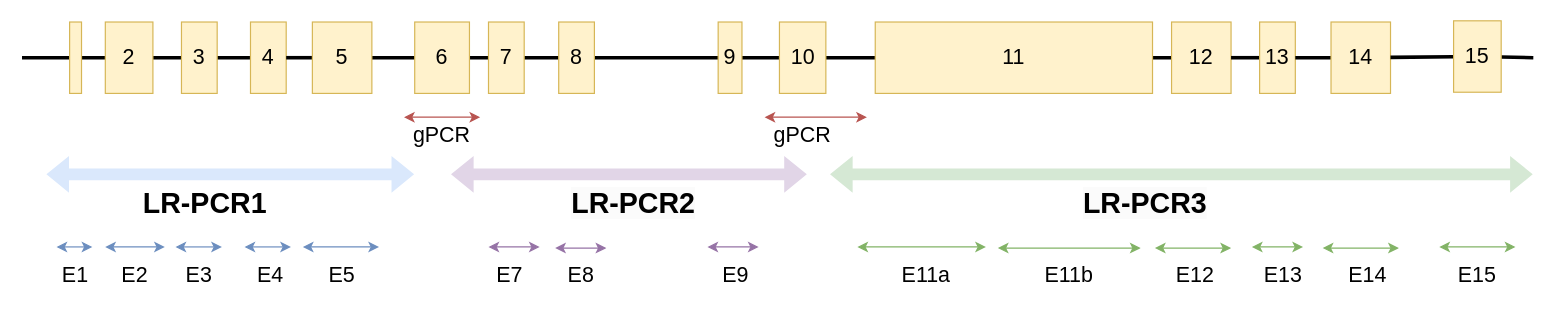
The draw.io diagram WF/Diagrama sense títol.drawio in emunte/PMS2_vaR, before the edit. Source tidied: cells renumbered, new cells numbered last; positions are measured from the earlier drawing's top-left corner, leaving out a move shared by most shapes. Both pictures are drawn from the tidied source at 119%, with x=0, y=0 at pixel (21, 20).
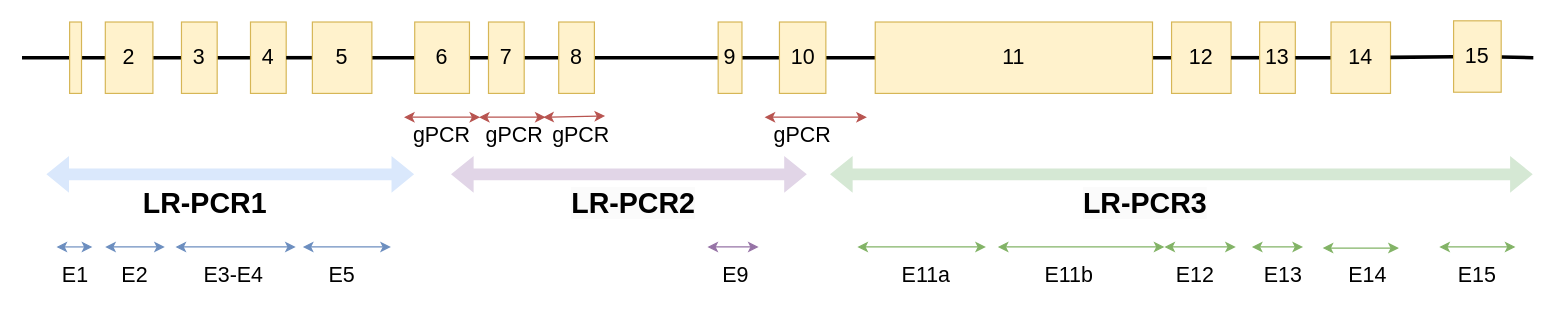
The same diagram, later.

The edit, as a diff of the source:
```diff
@@
     <mxCell id="35" style="endArrow=classic;startArrow=classic;html=1;rounded=0;fillColor=#dae8fc;strokeColor=#6c8ebf;" parent="1" edge="1">
       <mxGeometry relative="1" as="geometry">
         <mxPoint x="129" y="190" as="sourcePoint" />
-        <mxPoint x="168" y="190" as="targetPoint" />
+        <mxPoint x="230" y="190" as="targetPoint" />
       </mxGeometry>
     </mxCell>
-    <mxCell id="36" style="endArrow=classic;startArrow=classic;html=1;rounded=0;fillColor=#dae8fc;strokeColor=#6c8ebf;" parent="1" edge="1">
-      <mxGeometry relative="1" as="geometry">
-        <mxPoint x="187" y="190" as="sourcePoint" />
-        <mxPoint x="226" y="190" as="targetPoint" />
-      </mxGeometry>
-    </mxCell>
     <mxCell id="37" style="endArrow=classic;startArrow=classic;html=1;rounded=0;fillColor=#dae8fc;strokeColor=#6c8ebf;" parent="1" edge="1">
       <mxGeometry relative="1" as="geometry">
         <mxPoint x="236" y="190" as="sourcePoint" />
-        <mxPoint x="300" y="190" as="targetPoint" />
+        <mxPoint x="310" y="190" as="targetPoint" />
       </mxGeometry>
     </mxCell>
-    <mxCell id="38" style="endArrow=classic;startArrow=classic;html=1;rounded=0;fillColor=#e1d5e7;strokeColor=#9673a6;" parent="1" edge="1">
-      <mxGeometry relative="1" as="geometry">
-        <mxPoint x="392" y="190" as="sourcePoint" />
-        <mxPoint x="435" y="190" as="targetPoint" />
-      </mxGeometry>
-    </mxCell>
-    <mxCell id="39" style="endArrow=classic;startArrow=classic;html=1;rounded=0;fillColor=#e1d5e7;strokeColor=#9673a6;" parent="1" edge="1">
-      <mxGeometry relative="1" as="geometry">
-        <mxPoint x="448" y="191" as="sourcePoint" />
-        <mxPoint x="491" y="191" as="targetPoint" />
-      </mxGeometry>
-    </mxCell>
@@
     <mxCell id="42" style="endArrow=classic;startArrow=classic;html=1;rounded=0;fillColor=#d5e8d4;strokeColor=#82b366;" parent="1" edge="1">
       <mxGeometry relative="1" as="geometry">
-        <mxPoint x="820" y="191" as="sourcePoint" />
-        <mxPoint x="940" y="191" as="targetPoint" />
+        <mxPoint x="820" y="190" as="sourcePoint" />
+        <mxPoint x="960" y="190" as="targetPoint" />
       </mxGeometry>
     </mxCell>
     <mxCell id="43" style="endArrow=classic;startArrow=classic;html=1;rounded=0;fillColor=#d5e8d4;strokeColor=#82b366;" parent="1" edge="1">
       <mxGeometry relative="1" as="geometry">
-        <mxPoint x="952" y="191" as="sourcePoint" />
-        <mxPoint x="1016" y="191" as="targetPoint" />
+        <mxPoint x="960" y="190" as="sourcePoint" />
+        <mxPoint x="1020" y="190" as="targetPoint" />
       </mxGeometry>
     </mxCell>
@@
-    <mxCell id="49" value="&lt;font style=&quot;font-size: 18px;&quot;&gt;E3&lt;/font&gt;" style="text;html=1;align=center;verticalAlign=middle;whiteSpace=wrap;rounded=0;" parent="1" vertex="1">
-      <mxGeometry x="119" y="199" width="60" height="30" as="geometry" />
+    <mxCell id="49" value="&lt;font style=&quot;font-size: 18px;&quot;&gt;E3-E4&lt;/font&gt;" style="text;html=1;align=center;verticalAlign=middle;whiteSpace=wrap;rounded=0;" parent="1" vertex="1">
+      <mxGeometry x="148" y="199" width="60" height="30" as="geometry" />
     </mxCell>
-    <mxCell id="50" value="&lt;font style=&quot;font-size: 18px;&quot;&gt;E4&lt;/font&gt;" style="text;html=1;align=center;verticalAlign=middle;whiteSpace=wrap;rounded=0;" parent="1" vertex="1">
-      <mxGeometry x="179" y="199" width="60" height="30" as="geometry" />
-    </mxCell>
@@
-    <mxCell id="52" value="&lt;font style=&quot;font-size: 18px;&quot;&gt;E7&lt;/font&gt;" style="text;html=1;align=center;verticalAlign=middle;whiteSpace=wrap;rounded=0;" parent="1" vertex="1">
-      <mxGeometry x="380" y="199" width="60" height="30" as="geometry" />
-    </mxCell>
-    <mxCell id="53" value="&lt;font style=&quot;font-size: 18px;&quot;&gt;E8&lt;/font&gt;" style="text;html=1;align=center;verticalAlign=middle;whiteSpace=wrap;rounded=0;" parent="1" vertex="1">
-      <mxGeometry x="440" y="199" width="60" height="30" as="geometry" />
-    </mxCell>
@@
+    <mxCell id="65" value="&lt;font style=&quot;font-size: 18px;&quot;&gt;gPCR&lt;/font&gt;" style="text;html=1;align=center;verticalAlign=middle;whiteSpace=wrap;rounded=0;" parent="1" vertex="1">
+      <mxGeometry x="384" y="81" width="60" height="30" as="geometry" />
+    </mxCell>
+    <mxCell id="66" value="&lt;font style=&quot;font-size: 18px;&quot;&gt;gPCR&lt;/font&gt;" style="text;html=1;align=center;verticalAlign=middle;whiteSpace=wrap;rounded=0;" parent="1" vertex="1">
+      <mxGeometry x="440" y="81" width="60" height="30" as="geometry" />
+    </mxCell>
+    <mxCell id="67" style="endArrow=classic;startArrow=classic;html=1;rounded=0;fillColor=#f8cecc;strokeColor=#b85450;entryX=0.933;entryY=0;entryDx=0;entryDy=0;entryPerimeter=0;" parent="1" edge="1" target="65">
+      <mxGeometry relative="1" as="geometry">
+        <mxPoint x="384" y="81" as="sourcePoint" />
+      </mxGeometry>
+    </mxCell>
+    <mxCell id="68" style="endArrow=classic;startArrow=classic;html=1;rounded=0;fillColor=#f8cecc;strokeColor=#b85450;" parent="1" edge="1">
+      <mxGeometry relative="1" as="geometry">
+        <mxPoint x="438" y="81" as="sourcePoint" />
+        <mxPoint x="490" y="80" as="targetPoint" />
+      </mxGeometry>
+    </mxCell>
```
